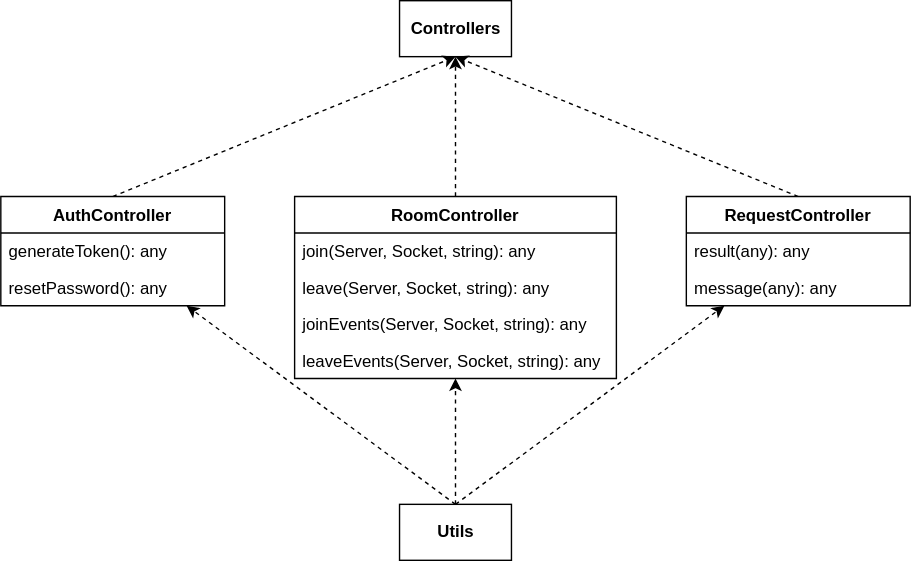
i3ene/decksterous keeps this draw.io diagram as diagrams/controllers_class_diagram.drawio.svg. Above is the earlier version. Source tidied: cells renumbered, new cells last; positions are measured from the earlier drawing's top-left corner, leaving out a move shared by most shapes. Its diagram source:
```xml
<mxGraphModel background="#ffffff">
  <root>
    <mxCell id="0" />
    <mxCell id="1" parent="0" />
    <mxCell id="2" value="&lt;b&gt;Controllers&lt;/b&gt;" style="html=1;" parent="1" vertex="1">
      <mxGeometry x="285" width="80" height="40" as="geometry" />
    </mxCell>
    <mxCell id="3" style="edgeStyle=none;html=1;exitX=0.5;exitY=0;exitDx=0;exitDy=0;entryX=0.5;entryY=1;entryDx=0;entryDy=0;dashed=1;" parent="1" edge="1" source="4" target="2">
      <mxGeometry relative="1" as="geometry" />
    </mxCell>
    <mxCell id="4" value="AuthController" style="swimlane;fontStyle=1;align=center;verticalAlign=top;horizontal=1;startSize=26;" parent="1" vertex="1">
      <mxGeometry y="140" width="160" height="78" as="geometry" />
    </mxCell>
    <mxCell id="5" value="generateToken(): any" style="text;strokeColor=none;fillColor=none;align=left;verticalAlign=top;spacingLeft=4;spacingRight=4;overflow=hidden;" parent="4" vertex="1">
      <mxGeometry y="26" width="160" height="26" as="geometry" />
    </mxCell>
    <mxCell id="6" value="resetPassword(): any" style="text;strokeColor=none;fillColor=none;align=left;verticalAlign=top;spacingLeft=4;spacingRight=4;overflow=hidden;" parent="4" vertex="1">
      <mxGeometry y="52" width="160" height="26" as="geometry" />
    </mxCell>
    <mxCell id="7" style="edgeStyle=none;html=1;exitX=0.5;exitY=0;exitDx=0;exitDy=0;entryX=0.5;entryY=1;entryDx=0;entryDy=0;dashed=1;" parent="1" edge="1" source="8" target="2">
      <mxGeometry relative="1" as="geometry" />
    </mxCell>
    <mxCell id="8" value="RoomController" style="swimlane;fontStyle=1;align=center;verticalAlign=top;horizontal=1;startSize=26;" parent="1" vertex="1">
      <mxGeometry x="210" y="140" width="230" height="130" as="geometry" />
    </mxCell>
    <mxCell id="9" value="join(Server, Socket, string): any" style="text;strokeColor=none;fillColor=none;align=left;verticalAlign=top;spacingLeft=4;spacingRight=4;overflow=hidden;" parent="8" vertex="1">
      <mxGeometry y="26" width="230" height="26" as="geometry" />
    </mxCell>
    <mxCell id="10" value="leave(Server, Socket, string): any" style="text;strokeColor=none;fillColor=none;align=left;verticalAlign=top;spacingLeft=4;spacingRight=4;overflow=hidden;" parent="8" vertex="1">
      <mxGeometry y="52" width="230" height="26" as="geometry" />
    </mxCell>
    <mxCell id="11" value="joinEvents(Server, Socket, string): any" style="text;strokeColor=none;fillColor=none;align=left;verticalAlign=top;spacingLeft=4;spacingRight=4;overflow=hidden;" parent="8" vertex="1">
      <mxGeometry y="78" width="230" height="26" as="geometry" />
    </mxCell>
    <mxCell id="12" value="leaveEvents(Server, Socket, string): any" style="text;strokeColor=none;fillColor=none;align=left;verticalAlign=top;spacingLeft=4;spacingRight=4;overflow=hidden;" parent="8" vertex="1">
      <mxGeometry y="104" width="230" height="26" as="geometry" />
    </mxCell>
    <mxCell id="13" style="edgeStyle=none;html=1;exitX=0.5;exitY=0;exitDx=0;exitDy=0;entryX=0.5;entryY=1;entryDx=0;entryDy=0;dashed=1;" parent="1" edge="1" source="14" target="2">
      <mxGeometry relative="1" as="geometry" />
    </mxCell>
    <mxCell id="14" value="RequestController" style="swimlane;fontStyle=1;align=center;verticalAlign=top;horizontal=1;startSize=26;" parent="1" vertex="1">
      <mxGeometry x="490" y="140" width="160" height="78" as="geometry" />
    </mxCell>
    <mxCell id="15" value="result(any): any" style="text;strokeColor=none;fillColor=none;align=left;verticalAlign=top;spacingLeft=4;spacingRight=4;overflow=hidden;" parent="14" vertex="1">
      <mxGeometry y="26" width="160" height="26" as="geometry" />
    </mxCell>
    <mxCell id="16" value="message(any): any" style="text;strokeColor=none;fillColor=none;align=left;verticalAlign=top;spacingLeft=4;spacingRight=4;overflow=hidden;" parent="14" vertex="1">
      <mxGeometry y="52" width="160" height="26" as="geometry" />
    </mxCell>
    <mxCell id="17" style="edgeStyle=none;html=1;exitX=0.5;exitY=0;exitDx=0;exitDy=0;dashed=1;" parent="1" edge="1" source="20" target="8">
      <mxGeometry relative="1" as="geometry" />
    </mxCell>
    <mxCell id="18" style="edgeStyle=none;html=1;exitX=0.5;exitY=0;exitDx=0;exitDy=0;dashed=1;" parent="1" edge="1" source="20" target="14">
      <mxGeometry relative="1" as="geometry" />
    </mxCell>
    <mxCell id="19" style="edgeStyle=none;html=1;exitX=0.5;exitY=0;exitDx=0;exitDy=0;dashed=1;" parent="1" edge="1" source="20" target="4">
      <mxGeometry relative="1" as="geometry" />
    </mxCell>
    <mxCell id="20" value="&lt;b&gt;Utils&lt;/b&gt;" style="html=1;" parent="1" vertex="1">
      <mxGeometry x="285" y="360" width="80" height="40" as="geometry" />
    </mxCell>
  </root>
</mxGraphModel>
```
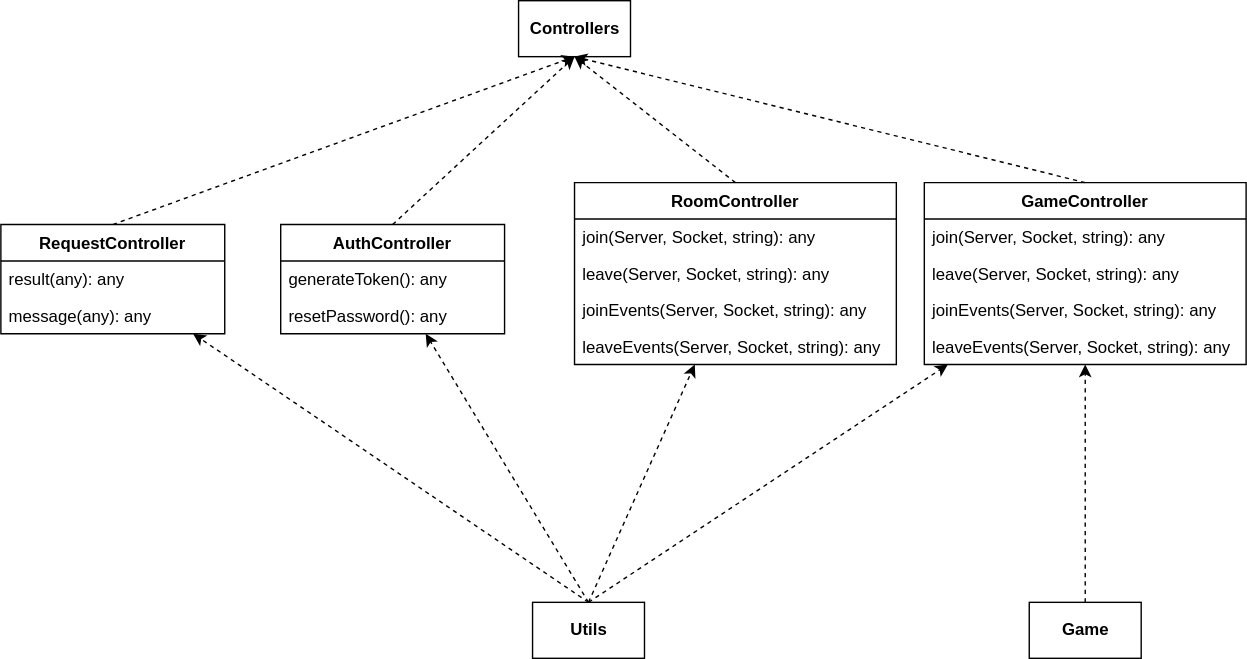
After the change.

Change to the diagram source:
```diff
@@ -3,13 +3,13 @@
     <mxCell id="0" />
     <mxCell id="1" parent="0" />
     <mxCell id="2" value="&lt;b&gt;Controllers&lt;/b&gt;" style="html=1;" parent="1" vertex="1">
-      <mxGeometry x="285" width="80" height="40" as="geometry" />
+      <mxGeometry x="410" y="10" width="80" height="40" as="geometry" />
     </mxCell>
     <mxCell id="3" style="edgeStyle=none;html=1;exitX=0.5;exitY=0;exitDx=0;exitDy=0;entryX=0.5;entryY=1;entryDx=0;entryDy=0;dashed=1;" parent="1" edge="1" source="4" target="2">
       <mxGeometry relative="1" as="geometry" />
     </mxCell>
     <mxCell id="4" value="AuthController" style="swimlane;fontStyle=1;align=center;verticalAlign=top;horizontal=1;startSize=26;" parent="1" vertex="1">
-      <mxGeometry y="140" width="160" height="78" as="geometry" />
+      <mxGeometry x="240" y="170" width="160" height="78" as="geometry" />
     </mxCell>
     <mxCell id="5" value="generateToken(): any" style="text;strokeColor=none;fillColor=none;align=left;verticalAlign=top;spacingLeft=4;spacingRight=4;overflow=hidden;" parent="4" vertex="1">
       <mxGeometry y="26" width="160" height="26" as="geometry" />
@@ -21,7 +21,7 @@
       <mxGeometry relative="1" as="geometry" />
     </mxCell>
     <mxCell id="8" value="RoomController" style="swimlane;fontStyle=1;align=center;verticalAlign=top;horizontal=1;startSize=26;" parent="1" vertex="1">
-      <mxGeometry x="210" y="140" width="230" height="130" as="geometry" />
+      <mxGeometry x="450" y="140" width="230" height="130" as="geometry" />
     </mxCell>
     <mxCell id="9" value="join(Server, Socket, string): any" style="text;strokeColor=none;fillColor=none;align=left;verticalAlign=top;spacingLeft=4;spacingRight=4;overflow=hidden;" parent="8" vertex="1">
       <mxGeometry y="26" width="230" height="26" as="geometry" />
@@ -39,7 +39,7 @@
       <mxGeometry relative="1" as="geometry" />
     </mxCell>
     <mxCell id="14" value="RequestController" style="swimlane;fontStyle=1;align=center;verticalAlign=top;horizontal=1;startSize=26;" parent="1" vertex="1">
-      <mxGeometry x="490" y="140" width="160" height="78" as="geometry" />
+      <mxGeometry x="40" y="170" width="160" height="78" as="geometry" />
     </mxCell>
     <mxCell id="15" value="result(any): any" style="text;strokeColor=none;fillColor=none;align=left;verticalAlign=top;spacingLeft=4;spacingRight=4;overflow=hidden;" parent="14" vertex="1">
       <mxGeometry y="26" width="160" height="26" as="geometry" />
@@ -57,7 +57,34 @@
       <mxGeometry relative="1" as="geometry" />
     </mxCell>
     <mxCell id="20" value="&lt;b&gt;Utils&lt;/b&gt;" style="html=1;" parent="1" vertex="1">
-      <mxGeometry x="285" y="360" width="80" height="40" as="geometry" />
+      <mxGeometry x="420" y="440" width="80" height="40" as="geometry" />
     </mxCell>
+    <mxCell id="21" value="GameController" style="swimlane;fontStyle=1;align=center;verticalAlign=top;horizontal=1;startSize=26;" parent="1" vertex="1">
+      <mxGeometry x="700" y="140" width="230" height="130" as="geometry" />
+    </mxCell>
+    <mxCell id="22" value="join(Server, Socket, string): any" style="text;strokeColor=none;fillColor=none;align=left;verticalAlign=top;spacingLeft=4;spacingRight=4;overflow=hidden;" parent="21" vertex="1">
+      <mxGeometry y="26" width="230" height="26" as="geometry" />
+    </mxCell>
+    <mxCell id="23" value="leave(Server, Socket, string): any" style="text;strokeColor=none;fillColor=none;align=left;verticalAlign=top;spacingLeft=4;spacingRight=4;overflow=hidden;" parent="21" vertex="1">
+      <mxGeometry y="52" width="230" height="26" as="geometry" />
+    </mxCell>
+    <mxCell id="24" value="joinEvents(Server, Socket, string): any" style="text;strokeColor=none;fillColor=none;align=left;verticalAlign=top;spacingLeft=4;spacingRight=4;overflow=hidden;" parent="21" vertex="1">
+      <mxGeometry y="78" width="230" height="26" as="geometry" />
+    </mxCell>
+    <mxCell id="25" value="leaveEvents(Server, Socket, string): any" style="text;strokeColor=none;fillColor=none;align=left;verticalAlign=top;spacingLeft=4;spacingRight=4;overflow=hidden;" parent="21" vertex="1">
+      <mxGeometry y="104" width="230" height="26" as="geometry" />
+    </mxCell>
+    <mxCell id="26" style="edgeStyle=none;html=1;exitX=0.5;exitY=0;exitDx=0;exitDy=0;entryX=0.5;entryY=1;entryDx=0;entryDy=0;dashed=1;" parent="1" edge="1" source="21" target="2">
+      <mxGeometry relative="1" as="geometry" />
+    </mxCell>
+    <mxCell id="27" style="edgeStyle=none;html=1;exitX=0.5;exitY=0;exitDx=0;exitDy=0;dashed=1;" parent="1" edge="1" source="20" target="21">
+      <mxGeometry relative="1" as="geometry" />
+    </mxCell>
+    <mxCell id="28" value="&lt;b&gt;Game&lt;/b&gt;" style="html=1;" parent="1" vertex="1">
+      <mxGeometry x="775" y="440" width="80" height="40" as="geometry" />
+    </mxCell>
+    <mxCell id="29" style="edgeStyle=none;html=1;exitX=0.5;exitY=0;exitDx=0;exitDy=0;dashed=1;" parent="1" edge="1" source="28" target="21">
+      <mxGeometry relative="1" as="geometry" />
+    </mxCell>
   </root>
 </mxGraphModel>
```
